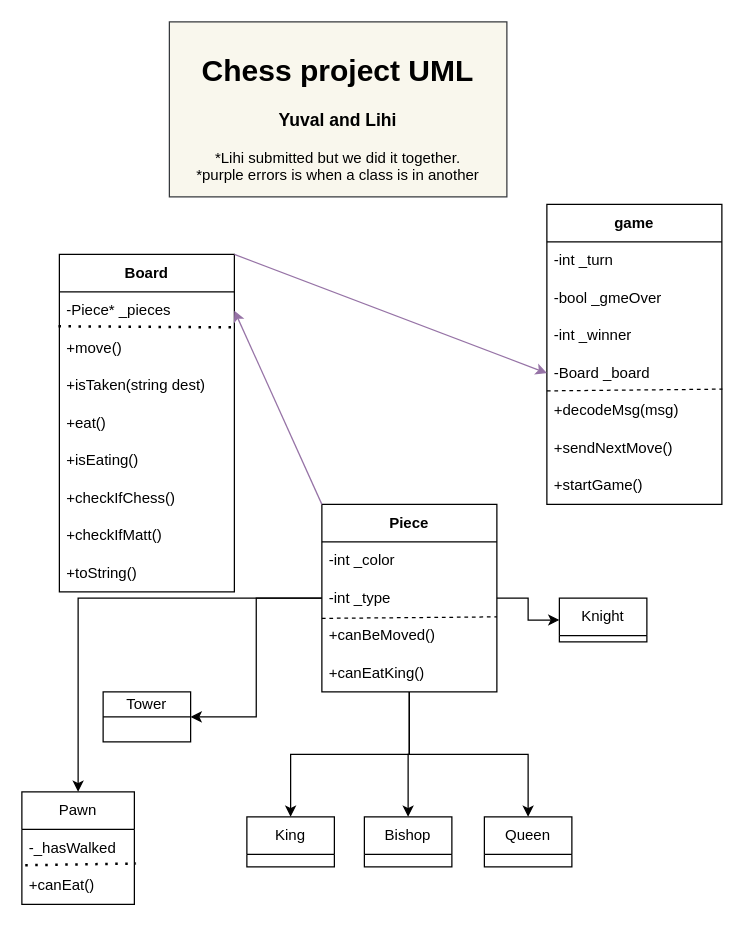
The draw.io diagram ChessDiagram.drawio in yuv76/Chess, before the edit. Source tidied: cells renumbered, new cells numbered last; positions are measured from the earlier drawing's top-left corner, leaving out a move shared by most shapes. Both pictures are drawn from the tidied source at 125%, with x=0, y=0 at pixel (21, 21).
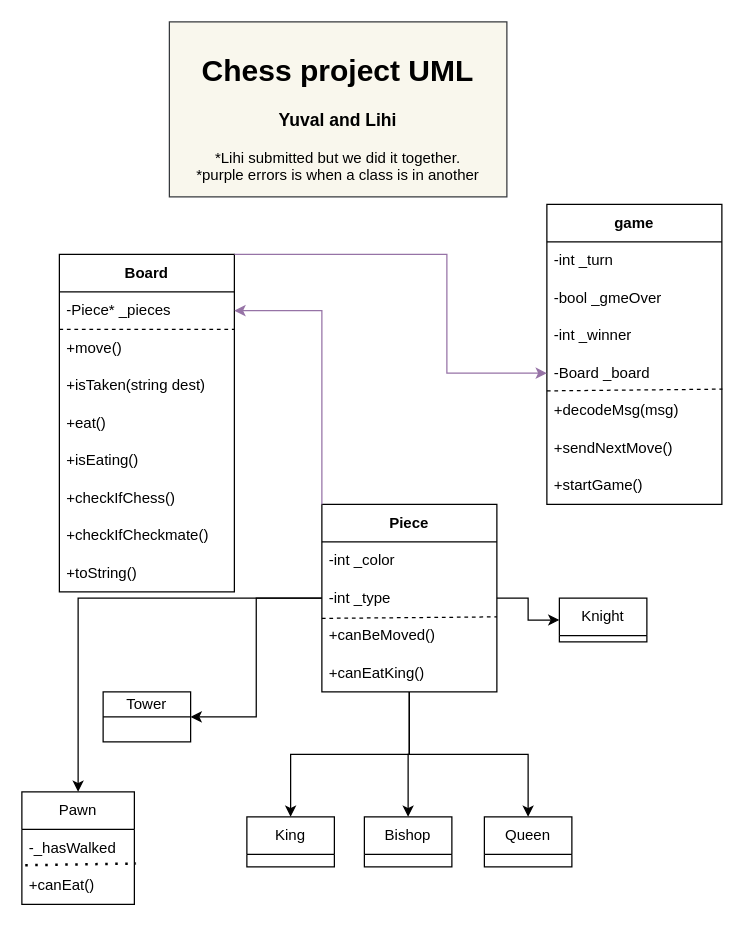
Above is the later version.

Unchanged cells that the change refers to:
```xml
<mxCell id="2" value="&lt;b&gt;Board&lt;/b&gt;" style="swimlane;fontStyle=0;horizontal=1;startSize=30;whiteSpace=wrap;html=1;" parent="1" vertex="1">
  <mxGeometry x="30" y="186" width="140" height="270" as="geometry" />
</mxCell>
<mxCell id="3" value="-Piece* _pieces" style="text;strokeColor=none;fillColor=none;align=left;verticalAlign=middle;spacingLeft=4;spacingRight=4;overflow=hidden;points=[[0,0.5],[1,0.5]];portConstraint=eastwest;whiteSpace=wrap;html=1;" parent="2" vertex="1">
  <mxGeometry y="30" width="140" height="30" as="geometry" />
</mxCell>
<mxCell id="16" value="-Board _board" style="text;strokeColor=none;fillColor=none;align=left;verticalAlign=middle;spacingLeft=4;spacingRight=4;overflow=hidden;points=[[0,0.5],[1,0.5]];portConstraint=eastwest;whiteSpace=wrap;html=1;" parent="12" vertex="1">
  <mxGeometry y="120" width="140" height="30" as="geometry" />
</mxCell>
<mxCell id="27" value="&lt;b&gt;Piece&lt;/b&gt;" style="swimlane;fontStyle=0;horizontal=1;startSize=30;whiteSpace=wrap;html=1;" parent="1" vertex="1">
  <mxGeometry x="240" y="386" width="140" height="150" as="geometry" />
</mxCell>
```

Diff of the diagram source:
```diff
@@
-    <mxCell id="4" style="endArrow=none;dashed=1;html=1;dashPattern=1 3;strokeWidth=2;rounded=0;entryX=1.004;entryY=-0.12;entryDx=0;entryDy=0;entryPerimeter=0;exitX=-0.005;exitY=0.851;exitDx=0;exitDy=0;exitPerimeter=0;" parent="2" edge="1">
-      <mxGeometry relative="1" as="geometry">
-        <mxPoint x="-0.7" y="57.5" as="sourcePoint" />
-        <mxPoint x="140.6" y="58.4" as="targetPoint" />
-      </mxGeometry>
-    </mxCell>
@@
-    <mxCell id="10" value="+checkIfMatt()" style="text;strokeColor=none;fillColor=none;align=left;verticalAlign=middle;spacingLeft=4;spacingRight=4;overflow=hidden;whiteSpace=wrap;html=1;" parent="2" vertex="1">
+    <mxCell id="10" value="+checkIfCheckmate()" style="text;strokeColor=none;fillColor=none;align=left;verticalAlign=middle;spacingLeft=4;spacingRight=4;overflow=hidden;whiteSpace=wrap;html=1;" parent="2" vertex="1">
       <mxGeometry y="210" width="140" height="30" as="geometry" />
     </mxCell>
@@
+    <mxCell id="45" style="endArrow=none;dashed=1;html=1;rounded=0;" parent="2" edge="1">
+      <mxGeometry relative="1" as="geometry">
+        <mxPoint y="60" as="sourcePoint" />
+        <mxPoint x="140" y="60" as="targetPoint" />
+        <Array as="points">
+          <mxPoint x="60" y="60" />
+        </Array>
+      </mxGeometry>
+    </mxCell>
@@
+    <mxCell id="30" style="endArrow=none;dashed=1;html=1;rounded=0;entryX=1.003;entryY=-0.073;entryDx=0;entryDy=0;entryPerimeter=0;" parent="27" edge="1">
+      <mxGeometry relative="1" as="geometry">
+        <mxPoint y="91.2" as="sourcePoint" />
+        <mxPoint x="140" y="90" as="targetPoint" />
+      </mxGeometry>
+    </mxCell>
@@
-    <mxCell id="30" style="endArrow=none;dashed=1;html=1;rounded=0;entryX=1.003;entryY=-0.073;entryDx=0;entryDy=0;entryPerimeter=0;" parent="27" edge="1">
-      <mxGeometry relative="1" as="geometry">
-        <mxPoint y="91.2" as="sourcePoint" />
-        <mxPoint x="140" y="90" as="targetPoint" />
-      </mxGeometry>
-    </mxCell>
@@
     <mxCell id="33" style="endArrow=classic;html=1;rounded=0;exitX=0;exitY=0;exitDx=0;exitDy=0;entryX=1;entryY=0.5;entryDx=0;entryDy=0;fillColor=#e1d5e7;strokeColor=#9673a6;" parent="1" edge="1" source="27" target="3">
-      <mxGeometry relative="1" as="geometry" />
+      <mxGeometry relative="1" as="geometry">
+        <Array as="points">
+          <mxPoint x="240" y="231" />
+        </Array>
+      </mxGeometry>
     </mxCell>
     <mxCell id="34" style="endArrow=classic;html=1;rounded=0;exitX=1;exitY=0;exitDx=0;exitDy=0;entryX=0;entryY=0.5;entryDx=0;entryDy=0;fillColor=#e1d5e7;strokeColor=#9673a6;" parent="1" edge="1" source="2" target="16">
-      <mxGeometry relative="1" as="geometry" />
+      <mxGeometry relative="1" as="geometry">
+        <Array as="points">
+          <mxPoint x="340" y="186" />
+          <mxPoint x="340" y="281" />
+        </Array>
+      </mxGeometry>
     </mxCell>
```
